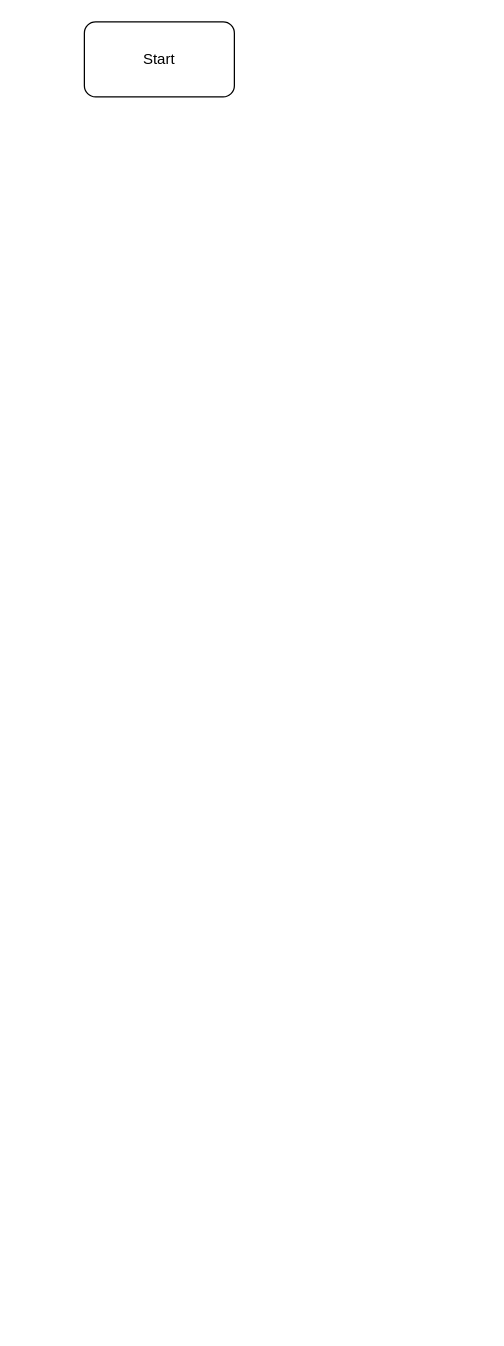
Before: Untitled Diagram.drawio in amit-jha99/cv, a draw.io diagram. Source tidied: cells renumbered, new cells numbered last; positions are measured from the earlier drawing's top-left corner, leaving out a move shared by most shapes. Both pictures are drawn from the tidied source at 125%, with x=0, y=0 at pixel (84, 21).
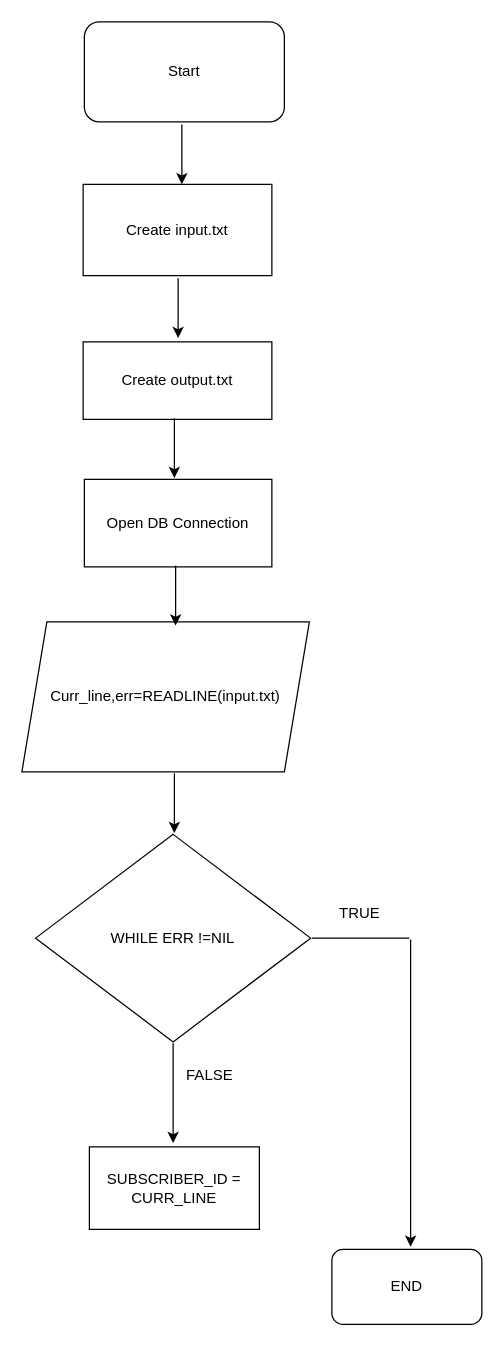
After the change.

Change to the diagram source:
```diff
@@
     <mxCell id="2" value="Start" style="rounded=1;whiteSpace=wrap;html=1;" parent="1" vertex="1">
-      <mxGeometry width="120" height="60" as="geometry" />
+      <mxGeometry width="160" height="80" as="geometry" />
     </mxCell>
+    <mxCell id="3" value="Create input.txt" style="rounded=0;whiteSpace=wrap;html=1;" parent="1" vertex="1">
+      <mxGeometry x="-1" y="130" width="151" height="73" as="geometry" />
+    </mxCell>
+    <mxCell id="4" value="Create output.txt" style="rounded=0;whiteSpace=wrap;html=1;" parent="1" vertex="1">
+      <mxGeometry x="-1" y="256" width="151" height="62" as="geometry" />
+    </mxCell>
+    <mxCell id="5" value="Open DB Connection" style="rounded=0;whiteSpace=wrap;html=1;" parent="1" vertex="1">
+      <mxGeometry y="366" width="150" height="70" as="geometry" />
+    </mxCell>
+    <mxCell id="6" value="Curr_line,err=READLINE(input.txt)" style="shape=parallelogram;perimeter=parallelogramPerimeter;whiteSpace=wrap;html=1;fixedSize=1;" parent="1" vertex="1">
+      <mxGeometry x="-50" y="480" width="230" height="120" as="geometry" />
+    </mxCell>
+    <mxCell id="7" style="endArrow=classic;html=1;rounded=0;" parent="1" edge="1">
+      <mxGeometry relative="1" as="geometry">
+        <mxPoint x="78" y="82" as="sourcePoint" />
+        <mxPoint x="78" y="130" as="targetPoint" />
+      </mxGeometry>
+    </mxCell>
+    <mxCell id="8" style="endArrow=classic;html=1;rounded=0;" parent="1" edge="1">
+      <mxGeometry relative="1" as="geometry">
+        <mxPoint x="75" y="205" as="sourcePoint" />
+        <mxPoint x="75" y="253" as="targetPoint" />
+      </mxGeometry>
+    </mxCell>
+    <mxCell id="9" style="endArrow=classic;html=1;rounded=0;" parent="1" edge="1">
+      <mxGeometry relative="1" as="geometry">
+        <mxPoint x="72" y="317" as="sourcePoint" />
+        <mxPoint x="72" y="365" as="targetPoint" />
+      </mxGeometry>
+    </mxCell>
+    <mxCell id="10" style="endArrow=classic;html=1;rounded=0;" parent="1" edge="1">
+      <mxGeometry relative="1" as="geometry">
+        <mxPoint x="73" y="435" as="sourcePoint" />
+        <mxPoint x="73" y="483" as="targetPoint" />
+      </mxGeometry>
+    </mxCell>
+    <mxCell id="11" style="endArrow=classic;html=1;rounded=0;" parent="1" edge="1">
+      <mxGeometry relative="1" as="geometry">
+        <mxPoint x="72" y="601" as="sourcePoint" />
+        <mxPoint x="72" y="649" as="targetPoint" />
+      </mxGeometry>
+    </mxCell>
+    <mxCell id="12" value="WHILE ERR !=NIL" style="rhombus;whiteSpace=wrap;html=1;" parent="1" vertex="1">
+      <mxGeometry x="-39" y="650" width="220" height="166" as="geometry" />
+    </mxCell>
+    <mxCell id="13" style="endArrow=none;html=1;rounded=0;" parent="1" edge="1">
+      <mxGeometry relative="1" as="geometry">
+        <mxPoint x="182" y="733" as="sourcePoint" />
+        <mxPoint x="260" y="733" as="targetPoint" />
+      </mxGeometry>
+    </mxCell>
+    <mxCell id="14" value="TRUE" style="text;html=1;align=center;verticalAlign=middle;strokeColor=none;fillColor=none;" parent="1" vertex="1">
+      <mxGeometry x="190" y="698" width="60" height="30" as="geometry" />
+    </mxCell>
+    <mxCell id="15" style="endArrow=classic;html=1;rounded=0;" parent="1" edge="1">
+      <mxGeometry relative="1" as="geometry">
+        <mxPoint x="261" y="734" as="sourcePoint" />
+        <mxPoint x="261" y="980" as="targetPoint" />
+      </mxGeometry>
+    </mxCell>
+    <mxCell id="16" value="END" style="rounded=1;whiteSpace=wrap;html=1;" parent="1" vertex="1">
+      <mxGeometry x="198" y="982" width="120" height="60" as="geometry" />
+    </mxCell>
+    <mxCell id="17" style="endArrow=classic;html=1;rounded=0;" parent="1" edge="1">
+      <mxGeometry relative="1" as="geometry">
+        <mxPoint x="71" y="817" as="sourcePoint" />
+        <mxPoint x="71" y="897" as="targetPoint" />
+      </mxGeometry>
+    </mxCell>
+    <mxCell id="18" value="FALSE" style="text;html=1;align=center;verticalAlign=middle;strokeColor=none;fillColor=none;" parent="1" vertex="1">
+      <mxGeometry x="70" y="828" width="60" height="30" as="geometry" />
+    </mxCell>
+    <mxCell id="19" value="SUBSCRIBER_ID = CURR_LINE" style="rounded=0;whiteSpace=wrap;html=1;" parent="1" vertex="1">
+      <mxGeometry x="4" y="900" width="136" height="66" as="geometry" />
+    </mxCell>
```
